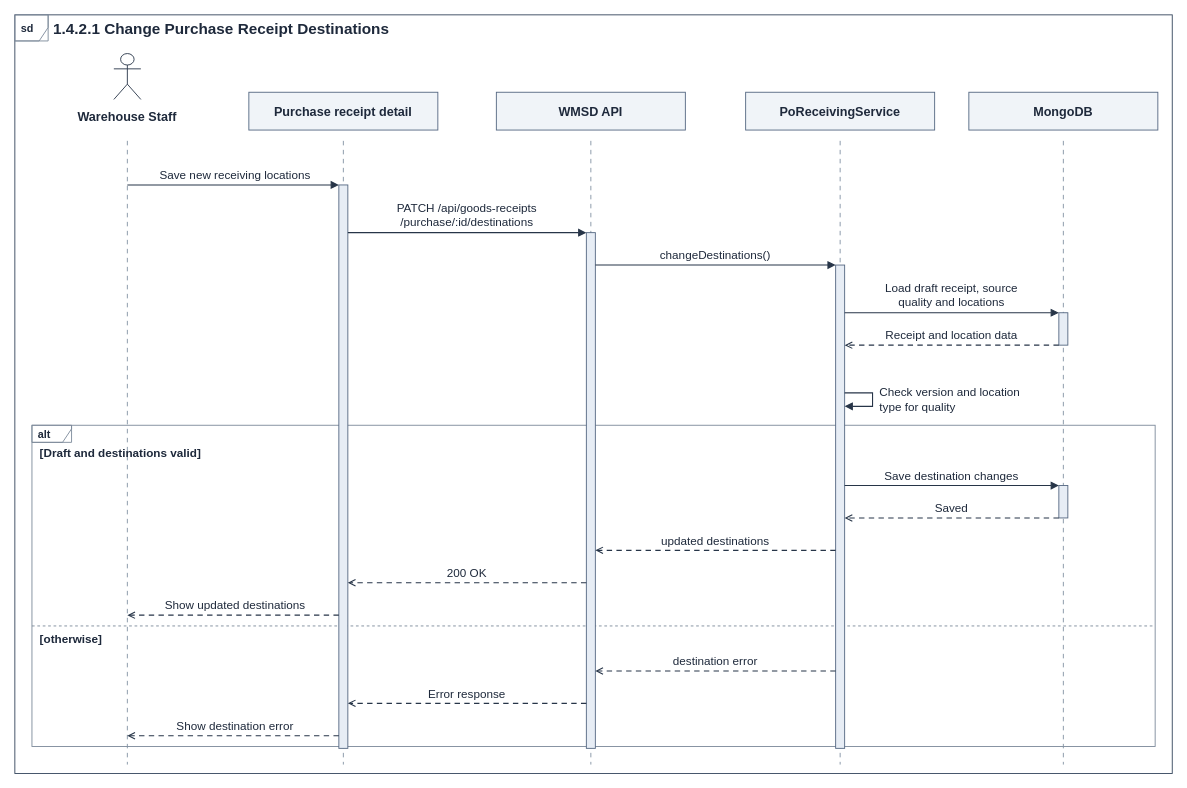
Before: page "1.4.2.1 Change Purchase Receipt Destinations" (19 of 25) of git_doc/docs/04_so_do/WMSD_BF01_Diagrams.drawio in bupbalabup/wmsd_be, a draw.io diagram. Source tidied: cells renumbered, new cells numbered last; positions are measured from the earlier drawing's top-left corner, leaving out a move shared by most shapes. Both pictures are drawn from the tidied source at 90%, with x=0, y=0 at pixel (10, 10).
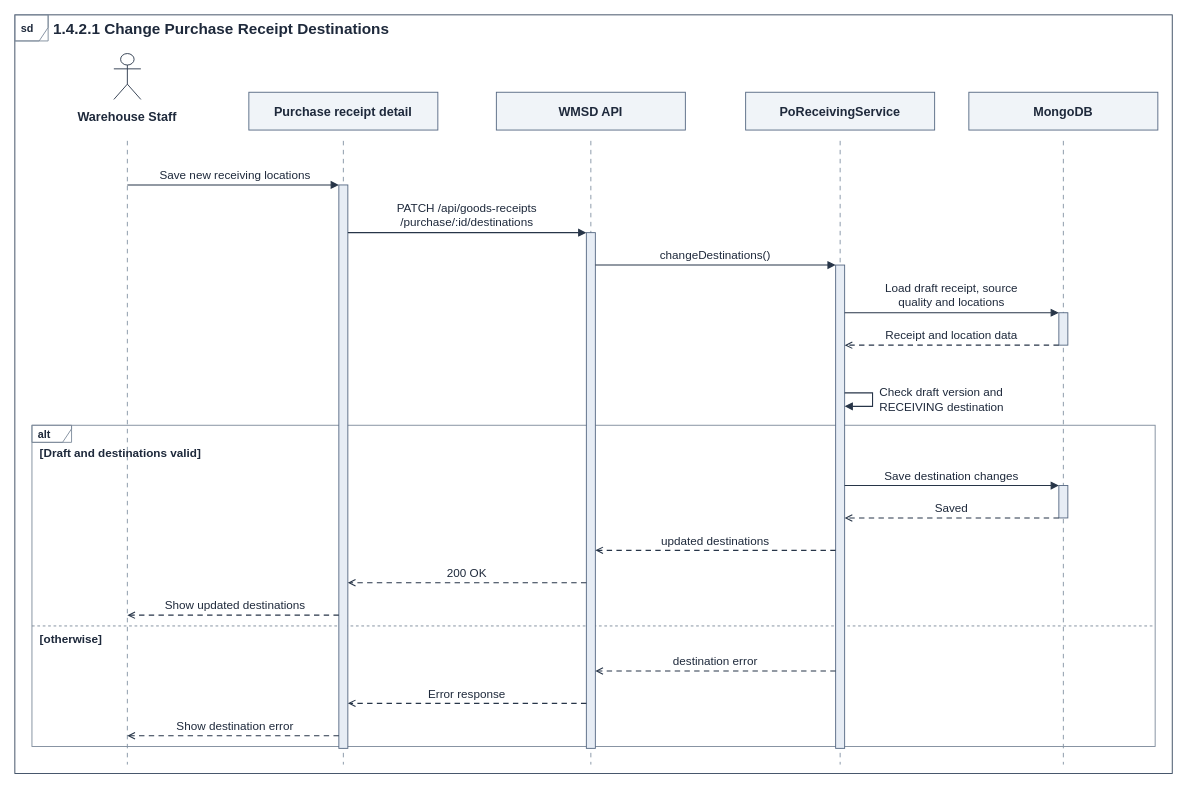
The same page after the edit.

Diff of the diagram source:
```diff
@@
-    <mxCell id="19" value="Check version and location&#10;type for quality" style="text;html=0;strokeColor=none;fillColor=none;spacing=0;align=left;verticalAlign=middle;whiteSpace=nowrap;overflow=visible;fontFamily=Arial;fontSize=13;fontColor=#1E293B;fontStyle=0;" parent="6" vertex="1">
+    <mxCell id="19" value="Check draft version and&#10;RECEIVING destination" style="text;html=0;strokeColor=none;fillColor=none;spacing=0;align=left;verticalAlign=middle;whiteSpace=nowrap;overflow=visible;fontFamily=Arial;fontSize=13;fontColor=#1E293B;fontStyle=0;" parent="6" vertex="1">
       <mxGeometry x="966" y="415" width="192" height="34" as="geometry" />
     </mxCell>
```
